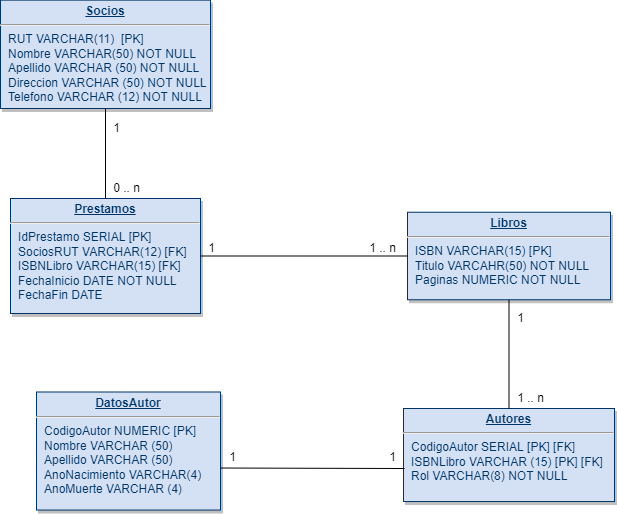
Before: M7_DB/examen_modulo/Modelo Fisico.drawio.png, a diagram exported from draw.io (lmunozm1702/DesLat_M7M8). Source tidied: cells renumbered, new cells last; positions are measured from the earlier drawing's top-left corner, leaving out a move shared by most shapes.
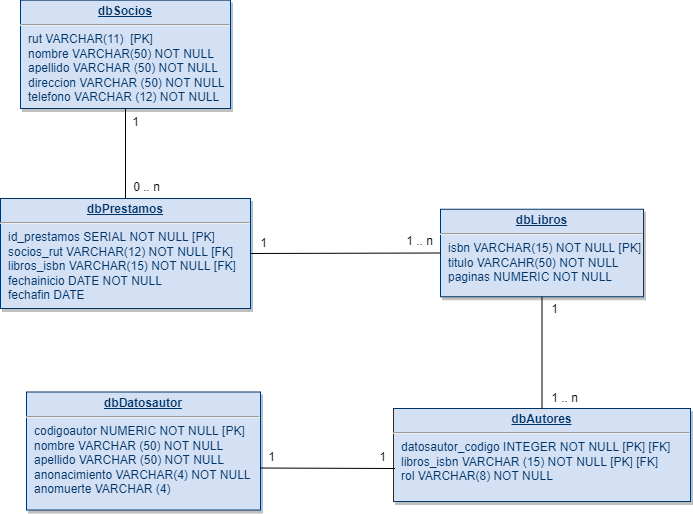
The same diagram one commit later.

Diff of the diagram source:
```diff
@@ -2,53 +2,53 @@
   <root>
     <mxCell id="0" />
     <mxCell id="1" parent="0" />
-    <mxCell id="2" value="&lt;p style=&quot;margin: 0px; margin-top: 4px; text-align: center; text-decoration: underline;&quot;&gt;&lt;b&gt;Libros&lt;/b&gt;&lt;/p&gt;&lt;hr&gt;&lt;p style=&quot;margin: 0px; margin-left: 8px;&quot;&gt;ISBN VARCHAR(15) [PK]&lt;/p&gt;&lt;p style=&quot;margin: 0px; margin-left: 8px;&quot;&gt;Titulo VARCAHR(50) NOT NULL&lt;/p&gt;&lt;p style=&quot;margin: 0px; margin-left: 8px;&quot;&gt;Paginas NUMERIC NOT NULL&lt;/p&gt;" style="verticalAlign=top;align=left;overflow=fill;fontSize=12;fontFamily=Helvetica;html=1;strokeColor=#003366;shadow=1;fillColor=#D4E1F5;fontColor=#003366;" parent="1" vertex="1">
-      <mxGeometry x="407" y="211.8" width="203" height="87.5" as="geometry" />
+    <mxCell id="2" value="&lt;p style=&quot;margin: 0px; margin-top: 4px; text-align: center; text-decoration: underline;&quot;&gt;&lt;b&gt;dbLibros&lt;/b&gt;&lt;/p&gt;&lt;hr&gt;&lt;p style=&quot;margin: 0px; margin-left: 8px;&quot;&gt;isbn VARCHAR(15) NOT NULL [PK]&lt;/p&gt;&lt;p style=&quot;margin: 0px; margin-left: 8px;&quot;&gt;titulo VARCAHR(50) NOT NULL&lt;/p&gt;&lt;p style=&quot;margin: 0px; margin-left: 8px;&quot;&gt;paginas NUMERIC NOT NULL&lt;/p&gt;" style="verticalAlign=top;align=left;overflow=fill;fontSize=12;fontFamily=Helvetica;html=1;strokeColor=#003366;shadow=1;fillColor=#D4E1F5;fontColor=#003366;" parent="1" vertex="1">
+      <mxGeometry x="450" y="208.8" width="203" height="87.5" as="geometry" />
     </mxCell>
-    <mxCell id="3" value="&lt;p style=&quot;margin: 0px; margin-top: 4px; text-align: center; text-decoration: underline;&quot;&gt;&lt;strong&gt;Prestamos&lt;/strong&gt;&lt;/p&gt;&lt;hr&gt;&lt;p style=&quot;margin: 0px; margin-left: 8px;&quot;&gt;IdPrestamo SERIAL [PK]&lt;/p&gt;&lt;p style=&quot;margin: 0px; margin-left: 8px;&quot;&gt;SociosRUT VARCHAR(12) [FK]&lt;/p&gt;&lt;p style=&quot;margin: 0px; margin-left: 8px;&quot;&gt;ISBNLibro VARCHAR(15) [FK]&lt;/p&gt;&lt;p style=&quot;margin: 0px; margin-left: 8px;&quot;&gt;FechaInicio DATE NOT NULL&lt;/p&gt;&lt;p style=&quot;margin: 0px; margin-left: 8px;&quot;&gt;FechaFin DATE&lt;/p&gt;" style="verticalAlign=top;align=left;overflow=fill;fontSize=12;fontFamily=Helvetica;html=1;strokeColor=#003366;shadow=1;fillColor=#D4E1F5;fontColor=#003366;" parent="1" vertex="1">
-      <mxGeometry x="10" y="198" width="190" height="115" as="geometry" />
+    <mxCell id="3" value="&lt;p style=&quot;margin: 0px; margin-top: 4px; text-align: center; text-decoration: underline;&quot;&gt;&lt;strong&gt;dbPrestamos&lt;/strong&gt;&lt;/p&gt;&lt;hr&gt;&lt;p style=&quot;margin: 0px; margin-left: 8px;&quot;&gt;id_prestamos SERIAL NOT NULL [PK]&lt;/p&gt;&lt;p style=&quot;margin: 0px; margin-left: 8px;&quot;&gt;socios_rut VARCHAR(12) NOT NULL [FK]&lt;/p&gt;&lt;p style=&quot;margin: 0px; margin-left: 8px;&quot;&gt;libros_isbn VARCHAR(15) NOT NULL [FK]&lt;/p&gt;&lt;p style=&quot;margin: 0px; margin-left: 8px;&quot;&gt;fechainicio DATE NOT NULL&lt;/p&gt;&lt;p style=&quot;margin: 0px; margin-left: 8px;&quot;&gt;fechafin DATE&lt;/p&gt;" style="verticalAlign=top;align=left;overflow=fill;fontSize=12;fontFamily=Helvetica;html=1;strokeColor=#003366;shadow=1;fillColor=#D4E1F5;fontColor=#003366;" parent="1" vertex="1">
+      <mxGeometry x="10" y="198" width="250" height="110" as="geometry" />
     </mxCell>
-    <mxCell id="4" value="&lt;p style=&quot;margin: 0px; margin-top: 4px; text-align: center; text-decoration: underline;&quot;&gt;&lt;strong&gt;Autores&lt;/strong&gt;&lt;/p&gt;&lt;hr&gt;&lt;p style=&quot;margin: 0px; margin-left: 8px;&quot;&gt;&lt;span style=&quot;background-color: initial;&quot;&gt;CodigoAutor SERIAL [PK] [FK]&lt;/span&gt;&lt;br&gt;&lt;/p&gt;&lt;p style=&quot;margin: 0px; margin-left: 8px;&quot;&gt;&lt;span style=&quot;background-color: initial;&quot;&gt;ISBNLibro VARCHAR (15) [PK] [FK]&lt;/span&gt;&lt;/p&gt;&lt;p style=&quot;margin: 0px; margin-left: 8px;&quot;&gt;Rol VARCHAR(8) NOT NULL&lt;/p&gt;" style="verticalAlign=top;align=left;overflow=fill;fontSize=12;fontFamily=Helvetica;html=1;strokeColor=#003366;shadow=1;fillColor=#D4E1F5;fontColor=#003366;" parent="1" vertex="1">
-      <mxGeometry x="403" y="408" width="211" height="93" as="geometry" />
+    <mxCell id="4" value="&lt;p style=&quot;margin: 0px; margin-top: 4px; text-align: center; text-decoration: underline;&quot;&gt;&lt;strong&gt;dbAutores&lt;/strong&gt;&lt;/p&gt;&lt;hr&gt;&lt;p style=&quot;margin: 0px; margin-left: 8px;&quot;&gt;&lt;span style=&quot;background-color: initial;&quot;&gt;datosautor_codigo INTEGER NOT NULL [PK] [FK]&lt;/span&gt;&lt;br&gt;&lt;/p&gt;&lt;p style=&quot;margin: 0px; margin-left: 8px;&quot;&gt;&lt;span style=&quot;background-color: initial;&quot;&gt;libros_isbn VARCHAR (15) NOT NULL [PK] [FK]&lt;/span&gt;&lt;/p&gt;&lt;p style=&quot;margin: 0px; margin-left: 8px;&quot;&gt;rol VARCHAR(8) NOT NULL&lt;/p&gt;" style="verticalAlign=top;align=left;overflow=fill;fontSize=12;fontFamily=Helvetica;html=1;strokeColor=#003366;shadow=1;fillColor=#D4E1F5;fontColor=#003366;" parent="1" vertex="1">
+      <mxGeometry x="403" y="408" width="297" height="93" as="geometry" />
     </mxCell>
-    <mxCell id="5" value="&lt;p style=&quot;margin: 0px; margin-top: 4px; text-align: center; text-decoration: underline;&quot;&gt;&lt;strong&gt;Socios&lt;/strong&gt;&lt;/p&gt;&lt;hr&gt;&lt;p style=&quot;margin: 0px; margin-left: 8px;&quot;&gt;RUT VARCHAR(11)&amp;nbsp; [PK]&lt;/p&gt;&lt;p style=&quot;margin: 0px; margin-left: 8px;&quot;&gt;Nombre VARCHAR(50) NOT NULL&lt;/p&gt;&lt;p style=&quot;margin: 0px; margin-left: 8px;&quot;&gt;Apellido VARCHAR (50) NOT NULL&lt;/p&gt;&lt;p style=&quot;margin: 0px; margin-left: 8px;&quot;&gt;Direccion VARCHAR (50) NOT NULL&lt;/p&gt;&lt;p style=&quot;margin: 0px; margin-left: 8px;&quot;&gt;Telefono VARCHAR (12) NOT NULL&lt;/p&gt;" style="verticalAlign=top;align=left;overflow=fill;fontSize=12;fontFamily=Helvetica;html=1;strokeColor=#003366;shadow=1;fillColor=#D4E1F5;fontColor=#003366;" parent="1" vertex="1">
-      <mxGeometry y="-0.4" width="210" height="108.4" as="geometry" />
+    <mxCell id="5" value="&lt;p style=&quot;margin: 0px; margin-top: 4px; text-align: center; text-decoration: underline;&quot;&gt;&lt;strong&gt;dbSocios&lt;/strong&gt;&lt;/p&gt;&lt;hr&gt;&lt;p style=&quot;margin: 0px; margin-left: 8px;&quot;&gt;rut VARCHAR(11)&amp;nbsp; [PK]&lt;/p&gt;&lt;p style=&quot;margin: 0px; margin-left: 8px;&quot;&gt;nombre VARCHAR(50) NOT NULL&lt;/p&gt;&lt;p style=&quot;margin: 0px; margin-left: 8px;&quot;&gt;apellido VARCHAR (50) NOT NULL&lt;/p&gt;&lt;p style=&quot;margin: 0px; margin-left: 8px;&quot;&gt;direccion VARCHAR (50) NOT NULL&lt;/p&gt;&lt;p style=&quot;margin: 0px; margin-left: 8px;&quot;&gt;telefono VARCHAR (12) NOT NULL&lt;/p&gt;" style="verticalAlign=top;align=left;overflow=fill;fontSize=12;fontFamily=Helvetica;html=1;strokeColor=#003366;shadow=1;fillColor=#D4E1F5;fontColor=#003366;" parent="1" vertex="1">
+      <mxGeometry x="30" y="-0.4" width="210" height="108.4" as="geometry" />
     </mxCell>
-    <mxCell id="6" value="&lt;p style=&quot;margin: 0px; margin-top: 4px; text-align: center; text-decoration: underline;&quot;&gt;&lt;b&gt;DatosAutor&lt;/b&gt;&lt;/p&gt;&lt;hr&gt;&lt;p style=&quot;margin: 0px; margin-left: 8px;&quot;&gt;CodigoAutor NUMERIC [PK]&amp;nbsp;&lt;/p&gt;&lt;p style=&quot;margin: 0px; margin-left: 8px;&quot;&gt;Nombre VARCHAR (50)&lt;/p&gt;&lt;p style=&quot;margin: 0px; margin-left: 8px;&quot;&gt;Apellido VARCHAR (50)&lt;/p&gt;&lt;p style=&quot;margin: 0px; margin-left: 8px;&quot;&gt;AnoNacimiento VARCHAR(4)&lt;/p&gt;&lt;p style=&quot;margin: 0px; margin-left: 8px;&quot;&gt;AnoMuerte VARCHAR (4)&lt;/p&gt;" style="verticalAlign=top;align=left;overflow=fill;fontSize=12;fontFamily=Helvetica;html=1;strokeColor=#003366;shadow=1;fillColor=#D4E1F5;fontColor=#003366;" parent="1" vertex="1">
-      <mxGeometry x="36" y="391.5" width="184" height="118" as="geometry" />
+    <mxCell id="6" value="&lt;p style=&quot;margin: 0px; margin-top: 4px; text-align: center; text-decoration: underline;&quot;&gt;&lt;b&gt;dbDatosautor&lt;/b&gt;&lt;/p&gt;&lt;hr&gt;&lt;p style=&quot;margin: 0px; margin-left: 8px;&quot;&gt;codigoautor NUMERIC NOT NULL [PK]&amp;nbsp;&lt;/p&gt;&lt;p style=&quot;margin: 0px; margin-left: 8px;&quot;&gt;nombre VARCHAR (50) NOT NULL&lt;/p&gt;&lt;p style=&quot;margin: 0px; margin-left: 8px;&quot;&gt;apellido VARCHAR (50) NOT NULL&lt;/p&gt;&lt;p style=&quot;margin: 0px; margin-left: 8px;&quot;&gt;anonacimiento VARCHAR(4) NOT NULL&lt;/p&gt;&lt;p style=&quot;margin: 0px; margin-left: 8px;&quot;&gt;anomuerte VARCHAR (4)&lt;/p&gt;" style="verticalAlign=top;align=left;overflow=fill;fontSize=12;fontFamily=Helvetica;html=1;strokeColor=#003366;shadow=1;fillColor=#D4E1F5;fontColor=#003366;" parent="1" vertex="1">
+      <mxGeometry x="36" y="391.5" width="234" height="118" as="geometry" />
     </mxCell>
     <mxCell id="7" style="endArrow=none;html=1;rounded=0;entryX=0.5;entryY=1;entryDx=0;entryDy=0;exitX=0.5;exitY=0;exitDx=0;exitDy=0;" parent="1" edge="1" source="3" target="5">
       <mxGeometry relative="1" as="geometry" />
     </mxCell>
     <mxCell id="8" value="1" style="text;html=1;align=center;verticalAlign=middle;strokeColor=none;fillColor=none;" parent="1" vertex="1">
-      <mxGeometry x="106" y="118" width="20" height="20" as="geometry" />
+      <mxGeometry x="135" y="112" width="20" height="20" as="geometry" />
     </mxCell>
     <mxCell id="9" value="0 .. n" style="text;html=1;align=center;verticalAlign=middle;strokeColor=none;fillColor=none;" parent="1" vertex="1">
-      <mxGeometry x="106" y="178" width="40" height="20" as="geometry" />
+      <mxGeometry x="136" y="177" width="40" height="20" as="geometry" />
     </mxCell>
     <mxCell id="10" style="endArrow=none;html=1;rounded=0;exitX=1;exitY=0.5;exitDx=0;exitDy=0;entryX=0;entryY=0.5;entryDx=0;entryDy=0;" parent="1" edge="1" source="3" target="2">
       <mxGeometry relative="1" as="geometry" />
     </mxCell>
     <mxCell id="11" value="1" style="text;html=1;align=center;verticalAlign=middle;strokeColor=none;fillColor=none;" parent="1" vertex="1">
-      <mxGeometry x="201" y="238" width="20" height="20" as="geometry" />
+      <mxGeometry x="263" y="233" width="20" height="20" as="geometry" />
     </mxCell>
     <mxCell id="12" value="1 .. n" style="text;html=1;align=center;verticalAlign=middle;strokeColor=none;fillColor=none;" parent="1" vertex="1">
-      <mxGeometry x="362" y="238" width="40" height="20" as="geometry" />
+      <mxGeometry x="409" y="231" width="40" height="20" as="geometry" />
     </mxCell>
     <mxCell id="13" style="endArrow=none;html=1;rounded=0;entryX=0.5;entryY=1;entryDx=0;entryDy=0;exitX=0.5;exitY=0;exitDx=0;exitDy=0;" parent="1" edge="1" source="4" target="2">
       <mxGeometry relative="1" as="geometry" />
     </mxCell>
     <mxCell id="14" value="1" style="text;html=1;align=center;verticalAlign=middle;strokeColor=none;fillColor=none;" parent="1" vertex="1">
-      <mxGeometry x="510" y="308" width="20" height="20" as="geometry" />
+      <mxGeometry x="554" y="299" width="20" height="20" as="geometry" />
     </mxCell>
     <mxCell id="15" value="1 .. n" style="text;html=1;align=center;verticalAlign=middle;strokeColor=none;fillColor=none;" parent="1" vertex="1">
-      <mxGeometry x="510" y="388" width="40" height="20" as="geometry" />
+      <mxGeometry x="554" y="388" width="40" height="20" as="geometry" />
     </mxCell>
     <mxCell id="16" style="endArrow=none;html=1;rounded=0;exitX=0.005;exitY=0.645;exitDx=0;exitDy=0;entryX=1;entryY=0.644;entryDx=0;entryDy=0;exitPerimeter=0;entryPerimeter=0;" parent="1" edge="1" source="4" target="6">
       <mxGeometry relative="1" as="geometry" />
     </mxCell>
     <mxCell id="17" value="1" style="text;html=1;align=center;verticalAlign=middle;strokeColor=none;fillColor=none;" parent="1" vertex="1">
-      <mxGeometry x="222" y="447" width="20" height="20" as="geometry" />
+      <mxGeometry x="271" y="447" width="20" height="20" as="geometry" />
     </mxCell>
     <mxCell id="18" value="1" style="text;html=1;align=center;verticalAlign=middle;strokeColor=none;fillColor=none;" parent="1" vertex="1">
       <mxGeometry x="382" y="447" width="20" height="20" as="geometry" />
```
